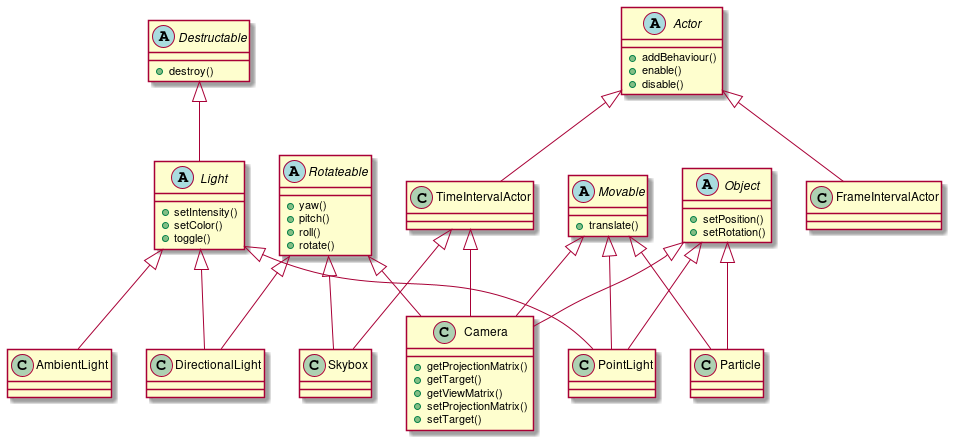
This is documentation/pictures/SceneryObjectHierarchy/SceneryObjectHierarchy.png from J0llyver/JollyEngine, a PlantUML export, as it was before one commit. Source of this version:
```plantuml
@startuml
abstract Destructable {
  +destroy()
}

abstract Rotateable {
  +yaw()
  +pitch()
  +roll()
  +rotate()
}

abstract Movable {
  +translate()
}

abstract Object {
  +setPosition()
  +setRotation()
}

abstract Light {
  +setIntensity()
  +setColor()
  +toggle()
}
Destructable <|-- Light

abstract Actor {
  +addBehaviour()
  +enable()
  +disable()
}

class Skybox {
}
Rotateable <|-- Skybox
TimeIntervalActor <|-- Skybox

class Particle {
}
Object <|-- Particle
Movable <|-- Particle

class TimeIntervalActor {
}
Actor <|-- TimeIntervalActor

class FrameIntervalActor {
}
Actor <|-- FrameIntervalActor

class Camera {
  +getProjectionMatrix()
  +getTarget()
  +getViewMatrix()
  +setProjectionMatrix()
  +setTarget()
}
Movable <|-- Camera
Object <|-- Camera
Rotateable <|-- Camera
TimeIntervalActor <|-- Camera

class AmbientLight {
}
Light <|-- AmbientLight

class DirectionalLight {
}
Light <|-- DirectionalLight
Rotateable <|-- DirectionalLight

class PointLight {
}
Light <|-- PointLight
Object <|-- PointLight
Movable <|-- PointLight

@enduml
```
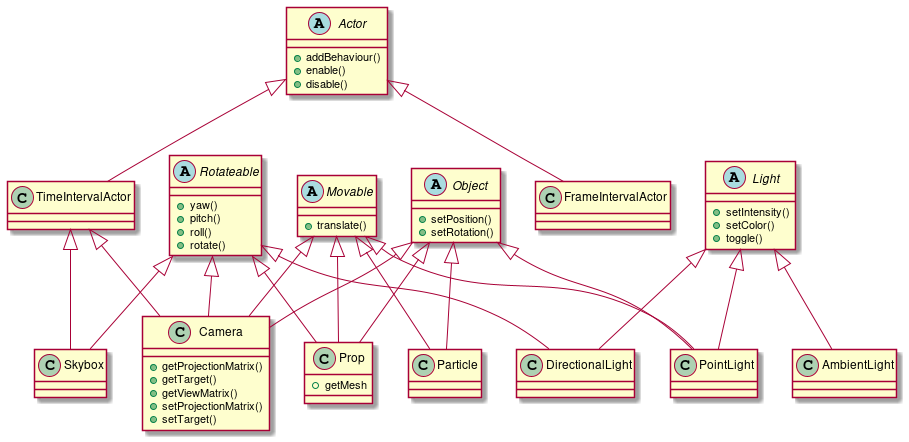
The same file after the commit.

Commit message:
Include Prop in SceneryObjectHierarchy

What changed in the source:
```diff
@@ -1,8 +1,4 @@
 @startuml
-abstract Destructable {
-  +destroy()
-}
-
 abstract Rotateable {
   +yaw()
   +pitch()
@@ -24,13 +20,19 @@
   +setColor()
   +toggle()
 }
-Destructable <|-- Light
 
 abstract Actor {
   +addBehaviour()
   +enable()
   +disable()
 }
+
+class Prop {
++getMesh
+}
+Movable <|-- Prop
+Object <|-- Prop
+Rotateable <|-- Prop
 
 class Skybox {
 }
```
